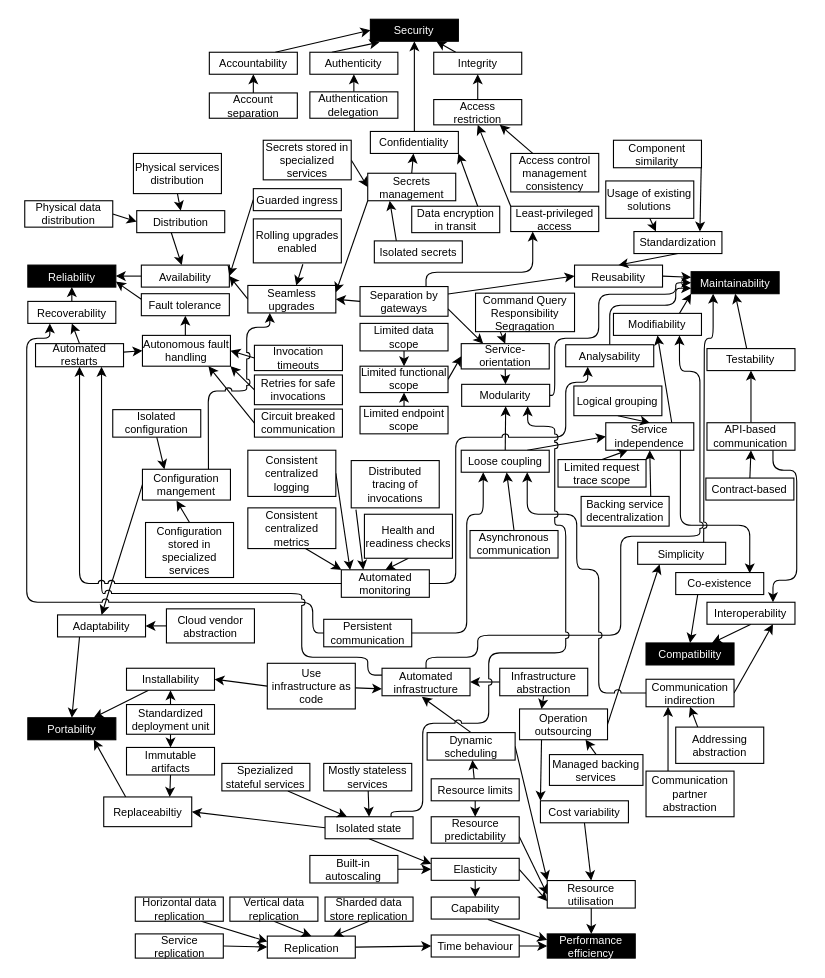
Earlier version of the draw.io diagram E4_final_quality_model_starform.drawio (r0light/cna-quality-model). Source tidied: cells renumbered, new cells numbered last; positions are measured from the earlier drawing's top-left corner, leaving out a move shared by most shapes. Both pictures are drawn from the tidied source at 110%, with x=0, y=0 at pixel (24, 19).
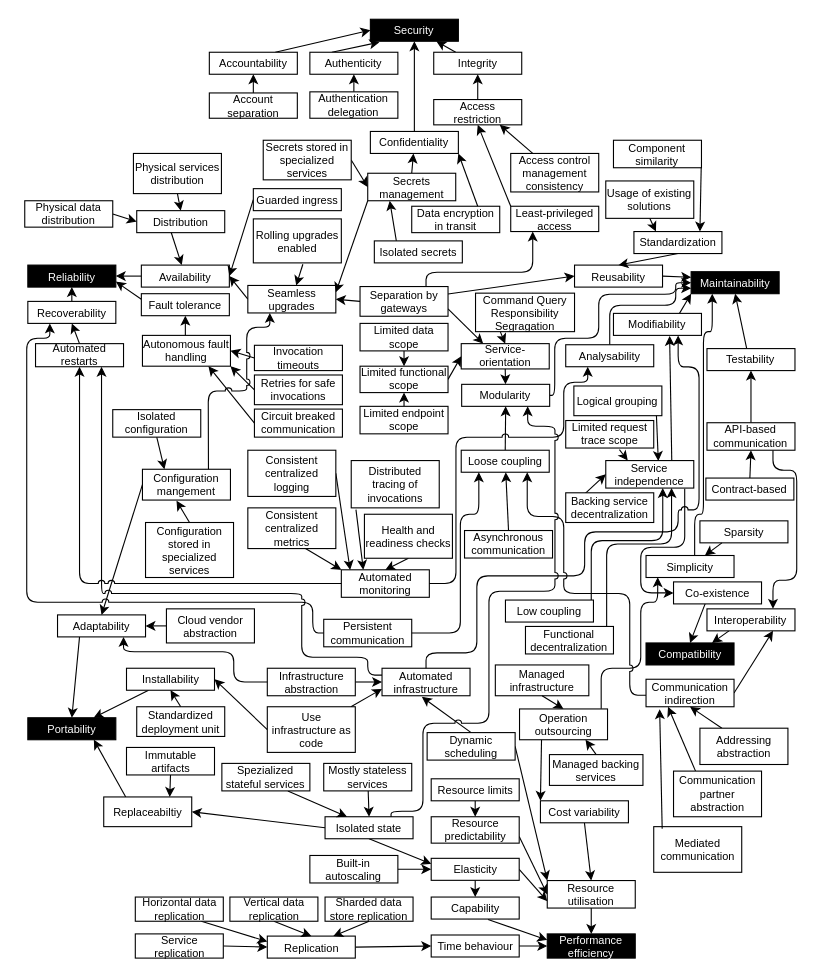
Above is the later version.

The change refers to these unchanged cells:
```xml
<mxCell id="2" value="Maintainability" style="rounded=0;whiteSpace=wrap;html=1;fontSize=10;fillColor=#000000;fontColor=#FFFFFF;" parent="1" vertex="1">
  <mxGeometry x="605.8" y="229.5" width="80" height="20" as="geometry" />
</mxCell>
<mxCell id="5" value="Compatibility" style="rounded=0;whiteSpace=wrap;html=1;fontSize=10;fontColor=#FFFFFF;fillColor=#000000;" parent="1" vertex="1">
  <mxGeometry x="564.8" y="567" width="80" height="20" as="geometry" />
</mxCell>
<mxCell id="12" value="Modularity" style="rounded=0;whiteSpace=wrap;html=1;fontSize=10;" parent="1" vertex="1">
  <mxGeometry x="397.2" y="331.9" width="80" height="20" as="geometry" />
</mxCell>
<mxCell id="16" value="Analysability" style="rounded=0;whiteSpace=wrap;html=1;fontSize=10;" parent="1" vertex="1">
  <mxGeometry x="491.8" y="295.9" width="80" height="20" as="geometry" />
</mxCell>
<mxCell id="22" value="Modifiability" style="rounded=0;whiteSpace=wrap;html=1;fontSize=10;" parent="1" vertex="1">
  <mxGeometry x="535.2" y="267.4" width="80" height="20" as="geometry" />
</mxCell>
<mxCell id="24" value="Adaptability" style="rounded=0;whiteSpace=wrap;html=1;fontSize=10;" parent="1" vertex="1">
  <mxGeometry x="29.8" y="541.5" width="80" height="20" as="geometry" />
</mxCell>
<mxCell id="43" value="Isolated state" style="rounded=0;whiteSpace=wrap;html=1;fontSize=10;" parent="1" vertex="1">
  <mxGeometry x="273" y="725" width="80" height="20" as="geometry" />
</mxCell>
<mxCell id="46" value="Loose coupling" style="rounded=0;whiteSpace=wrap;html=1;fontSize=10;" parent="1" vertex="1">
  <mxGeometry x="396.8" y="391.8" width="80" height="20" as="geometry" />
</mxCell>
<mxCell id="54" value="Automated monitoring" style="rounded=0;whiteSpace=wrap;html=1;fontSize=10;" parent="1" vertex="1">
  <mxGeometry x="287.8" y="500.5" width="80" height="25" as="geometry" />
</mxCell>
<mxCell id="55" value="Automated infrastructure" style="rounded=0;whiteSpace=wrap;html=1;fontSize=10;" parent="1" vertex="1">
  <mxGeometry x="324.8" y="590" width="80" height="25" as="geometry" />
</mxCell>
<mxCell id="75" value="Immutable artifacts" style="rounded=0;whiteSpace=wrap;html=1;fontSize=10;" parent="1" vertex="1">
  <mxGeometry x="92.5" y="662" width="80" height="25" as="geometry" />
</mxCell>
<mxCell id="81" value="Autonomous fault handling" style="rounded=0;whiteSpace=wrap;html=1;fontSize=10;" parent="1" vertex="1">
  <mxGeometry x="107" y="287.4" width="80" height="28" as="geometry" />
</mxCell>
<mxCell id="84" value="Automated restarts" style="rounded=0;whiteSpace=wrap;html=1;fontSize=10;" parent="1" vertex="1">
  <mxGeometry x="9.8" y="294.9" width="80" height="21" as="geometry" />
</mxCell>
<mxCell id="89" value="Communication indirection" style="rounded=0;whiteSpace=wrap;html=1;fontSize=10;" parent="1" vertex="1">
  <mxGeometry x="564.8" y="600" width="80" height="25" as="geometry" />
</mxCell>
<mxCell id="106" value="Operation outsourcing" style="rounded=0;whiteSpace=wrap;html=1;fontSize=10;" parent="1" vertex="1">
  <mxGeometry x="449.8" y="627" width="80" height="28" as="geometry" />
</mxCell>
<mxCell id="135" value="Dynamic scheduling" style="rounded=0;whiteSpace=wrap;html=1;fontSize=10;" parent="1" vertex="1">
  <mxGeometry x="365.8" y="648.5" width="80" height="25" as="geometry" />
</mxCell>
<mxCell id="137" value="Logical grouping" style="rounded=0;whiteSpace=wrap;html=1;fontSize=10;" parent="1" vertex="1">
  <mxGeometry x="499.2" y="333.4" width="80" height="27" as="geometry" />
</mxCell>
<mxCell id="148" value="Resource limits" style="rounded=0;whiteSpace=wrap;html=1;fontSize=10;" parent="1" vertex="1">
  <mxGeometry x="369.5" y="690.5" width="80" height="20" as="geometry" />
</mxCell>
<mxCell id="178" value="Persistent communication" style="rounded=0;whiteSpace=wrap;html=1;fontSize=10;" parent="1" vertex="1">
  <mxGeometry x="271.8" y="545.5" width="80" height="25" as="geometry" />
</mxCell>
```

Change to the diagram source:
```diff
@@
-    <mxCell id="35" style="edgeStyle=none;rounded=0;jettySize=auto;html=1;exitX=0.25;exitY=1;exitDx=0;exitDy=0;entryX=0.5;entryY=0;entryDx=0;entryDy=0;" parent="1" edge="1" source="36" target="5">
+    <mxCell id="35" style="edgeStyle=none;rounded=0;jettySize=auto;html=1;exitX=0.36;exitY=0.986;exitDx=0;exitDy=0;entryX=0.5;entryY=0;entryDx=0;entryDy=0;exitPerimeter=0;" parent="1" edge="1" source="36" target="5">
       <mxGeometry relative="1" as="geometry" />
     </mxCell>
     <mxCell id="36" value="Co-existence" style="rounded=0;whiteSpace=wrap;html=1;fontSize=10;" parent="1" vertex="1">
-      <mxGeometry x="591.8" y="503" width="80" height="20" as="geometry" />
+      <mxGeometry x="589.8" y="511.5" width="80" height="20" as="geometry" />
     </mxCell>
-    <mxCell id="37" style="edgeStyle=none;rounded=0;jettySize=auto;html=1;exitX=0.5;exitY=1;exitDx=0;exitDy=0;entryX=0.75;entryY=0;entryDx=0;entryDy=0;" parent="1" edge="1" source="38" target="5">
+    <mxCell id="37" style="edgeStyle=none;rounded=0;jettySize=auto;html=1;exitX=0.25;exitY=1;exitDx=0;exitDy=0;entryX=0.75;entryY=0;entryDx=0;entryDy=0;" parent="1" edge="1" source="38" target="5">
       <mxGeometry relative="1" as="geometry" />
     </mxCell>
     <mxCell id="38" value="Interoperability" style="rounded=0;whiteSpace=wrap;html=1;fontSize=10;" parent="1" vertex="1">
-      <mxGeometry x="620.2" y="530" width="80" height="20" as="geometry" />
+      <mxGeometry x="620.2" y="536" width="80" height="20" as="geometry" />
     </mxCell>
@@
-    <mxCell id="45" style="rounded=1;jettySize=auto;html=1;exitX=0.75;exitY=0;exitDx=0;exitDy=0;entryX=0;entryY=0.5;entryDx=0;entryDy=0;" parent="1" edge="1" source="46" target="58">
-      <mxGeometry relative="1" as="geometry" />
-    </mxCell>
@@
-    <mxCell id="56" style="edgeStyle=none;rounded=0;jettySize=auto;html=1;exitX=0.75;exitY=0;exitDx=0;exitDy=0;entryX=0.5;entryY=1;entryDx=0;entryDy=0;" parent="1" edge="1" source="58" target="22">
+    <mxCell id="56" style="edgeStyle=none;rounded=0;jettySize=auto;html=1;exitX=0.75;exitY=0;exitDx=0;exitDy=0;entryX=0.638;entryY=1.023;entryDx=0;entryDy=0;entryPerimeter=0;" parent="1" edge="1" source="58" target="22">
       <mxGeometry relative="1" as="geometry" />
     </mxCell>
-    <mxCell id="57" style="edgeStyle=orthogonalEdgeStyle;rounded=1;jettySize=auto;html=1;exitX=0.848;exitY=0.974;exitDx=0;exitDy=0;entryX=0.841;entryY=0.036;entryDx=0;entryDy=0;exitPerimeter=0;entryPerimeter=0;" parent="1" edge="1" source="58" target="36">
+    <mxCell id="57" style="edgeStyle=orthogonalEdgeStyle;rounded=1;jettySize=auto;html=1;exitX=0.897;exitY=1.027;exitDx=0;exitDy=0;entryX=0;entryY=0.5;entryDx=0;entryDy=0;exitPerimeter=0;" parent="1" edge="1" source="58" target="36">
       <mxGeometry relative="1" as="geometry">
         <Array as="points">
-          <mxPoint x="595.8" y="460" />
-          <mxPoint x="658.8" y="460" />
-          <mxPoint x="658.8" y="504" />
+          <mxPoint x="600" y="480" />
+          <mxPoint x="560" y="480" />
+          <mxPoint x="560" y="522" />
         </Array>
       </mxGeometry>
     </mxCell>
     <mxCell id="58" value="Service independence" style="rounded=0;whiteSpace=wrap;html=1;fontSize=10;" parent="1" vertex="1">
-      <mxGeometry x="528.2" y="366.8" width="80" height="25" as="geometry" />
+      <mxGeometry x="528.2" y="401.2" width="80" height="25" as="geometry" />
     </mxCell>
@@
-    <mxCell id="66" style="edgeStyle=none;rounded=0;jettySize=auto;html=1;exitX=0.5;exitY=1;exitDx=0;exitDy=0;entryX=0.25;entryY=0;entryDx=0;entryDy=0;" parent="1" edge="1" source="68" target="106">
-      <mxGeometry relative="1" as="geometry" />
-    </mxCell>
-    <mxCell id="67" style="edgeStyle=none;rounded=0;jettySize=auto;html=1;exitX=0;exitY=0.5;exitDx=0;exitDy=0;entryX=1;entryY=0.5;entryDx=0;entryDy=0;" parent="1" edge="1" source="68" target="55">
+    <mxCell id="67" style="edgeStyle=none;rounded=0;jettySize=auto;html=1;exitX=1;exitY=0.5;exitDx=0;exitDy=0;entryX=0;entryY=0.5;entryDx=0;entryDy=0;" parent="1" edge="1" source="68" target="55">
       <mxGeometry relative="1" as="geometry" />
     </mxCell>
     <mxCell id="68" value="Infrastructure abstraction" style="rounded=0;whiteSpace=wrap;html=1;fontSize=10;" parent="1" vertex="1">
-      <mxGeometry x="431.8" y="590" width="80" height="25" as="geometry" />
+      <mxGeometry x="220.5" y="590" width="80" height="25" as="geometry" />
     </mxCell>
@@
-    <mxCell id="72" style="edgeStyle=none;rounded=0;jettySize=auto;html=1;exitX=0.5;exitY=1;exitDx=0;exitDy=0;entryX=0.5;entryY=0;entryDx=0;entryDy=0;" parent="1" edge="1" source="73" target="75">
-      <mxGeometry relative="1" as="geometry" />
-    </mxCell>
     <mxCell id="73" value="Standardized deployment unit" style="rounded=0;whiteSpace=wrap;html=1;fontSize=10;" parent="1" vertex="1">
-      <mxGeometry x="92.5" y="623" width="80" height="27" as="geometry" />
+      <mxGeometry x="101.8" y="625" width="80" height="27" as="geometry" />
     </mxCell>
@@
-    <mxCell id="82" style="edgeStyle=none;rounded=0;jettySize=auto;html=1;entryX=0;entryY=0.5;entryDx=0;entryDy=0;" parent="1" edge="1" source="84" target="81">
-      <mxGeometry relative="1" as="geometry" />
-    </mxCell>
@@
     <mxCell id="103" value="Simplicity" style="rounded=0;whiteSpace=wrap;html=1;fontSize=10;" parent="1" vertex="1">
-      <mxGeometry x="557.2" y="475.5" width="80" height="20" as="geometry" />
+      <mxGeometry x="564.8" y="487.5" width="80" height="20" as="geometry" />
     </mxCell>
@@
-    <mxCell id="105" style="edgeStyle=none;rounded=0;jettySize=auto;html=1;exitX=1;exitY=0.5;exitDx=0;exitDy=0;entryX=0.25;entryY=1;entryDx=0;entryDy=0;" parent="1" edge="1" source="106" target="103">
-      <mxGeometry relative="1" as="geometry" />
+    <mxCell id="105" style="edgeStyle=orthogonalEdgeStyle;jettySize=auto;html=1;exitX=0.928;exitY=-0.01;exitDx=0;exitDy=0;entryX=0.133;entryY=0.989;entryDx=0;entryDy=0;rounded=1;exitPerimeter=0;entryPerimeter=0;" parent="1" edge="1" source="106" target="103">
+      <mxGeometry relative="1" as="geometry">
+        <Array as="points">
+          <mxPoint x="524" y="590" />
+          <mxPoint x="560" y="590" />
+          <mxPoint x="560" y="530" />
+          <mxPoint x="575" y="530" />
+          <mxPoint x="575" y="507" />
+        </Array>
+      </mxGeometry>
     </mxCell>
@@
     <mxCell id="121" value="Asynchronous communication" style="rounded=0;whiteSpace=wrap;html=1;fontSize=10;" parent="1" vertex="1">
-      <mxGeometry x="404.8" y="464.8" width="80" height="25" as="geometry" />
+      <mxGeometry x="399.8" y="464.8" width="80" height="25" as="geometry" />
     </mxCell>
@@
     <mxCell id="132" value="Use infrastructure as code" style="rounded=0;whiteSpace=wrap;html=1;fontSize=10;" parent="1" vertex="1">
-      <mxGeometry x="220.5" y="585.5" width="80" height="41.5" as="geometry" />
+      <mxGeometry x="220.5" y="625" width="80" height="41.5" as="geometry" />
     </mxCell>
@@
-    <mxCell id="136" style="edgeStyle=none;rounded=0;jettySize=auto;html=1;exitX=0.5;exitY=1;exitDx=0;exitDy=0;entryX=0.5;entryY=0;entryDx=0;entryDy=0;" parent="1" edge="1" source="137" target="58">
+    <mxCell id="136" style="edgeStyle=none;rounded=0;jettySize=auto;html=1;exitX=0.938;exitY=0.98;exitDx=0;exitDy=0;entryX=0.597;entryY=0.013;entryDx=0;entryDy=0;exitPerimeter=0;entryPerimeter=0;" parent="1" edge="1" source="137" target="58">
       <mxGeometry relative="1" as="geometry" />
     </mxCell>
@@
-    <mxCell id="138" style="edgeStyle=none;rounded=0;jettySize=auto;html=1;exitX=0.791;exitY=0.009;exitDx=0;exitDy=0;entryX=0.5;entryY=1;entryDx=0;entryDy=0;exitPerimeter=0;" parent="1" edge="1" source="139" target="58">
+    <mxCell id="138" style="edgeStyle=none;rounded=0;jettySize=auto;html=1;exitX=0.21;exitY=0.05;exitDx=0;exitDy=0;entryX=0;entryY=0.5;entryDx=0;entryDy=0;exitPerimeter=0;" parent="1" edge="1" source="139" target="58">
       <mxGeometry relative="1" as="geometry" />
     </mxCell>
     <mxCell id="139" value="Backing service decentralization" style="rounded=0;whiteSpace=wrap;html=1;fontSize=10;" parent="1" vertex="1">
-      <mxGeometry x="505.8" y="433.8" width="80" height="27" as="geometry" />
+      <mxGeometry x="491.8" y="430.5" width="80" height="27" as="geometry" />
     </mxCell>
@@
-    <mxCell id="147" style="edgeStyle=none;rounded=0;jettySize=auto;html=1;" parent="1" edge="1" source="148" target="135">
-      <mxGeometry relative="1" as="geometry" />
-    </mxCell>
@@
     <mxCell id="171" value="Addressing abstraction" style="rounded=0;whiteSpace=wrap;html=1;fontSize=10;" parent="1" vertex="1">
-      <mxGeometry x="591.8" y="643.5" width="80" height="33" as="geometry" />
+      <mxGeometry x="613.8" y="644.5" width="80" height="33" as="geometry" />
     </mxCell>
@@
     <mxCell id="173" value="Communication partner abstraction" style="rounded=0;whiteSpace=wrap;html=1;fontSize=10;" parent="1" vertex="1">
-      <mxGeometry x="564.8" y="683.5" width="80" height="41.5" as="geometry" />
+      <mxGeometry x="589.8" y="683.5" width="80" height="41.5" as="geometry" />
     </mxCell>
@@
-    <mxCell id="179" style="edgeStyle=none;rounded=0;jettySize=auto;html=1;exitX=0.5;exitY=0;exitDx=0;exitDy=0;entryX=0.25;entryY=1;entryDx=0;entryDy=0;" parent="1" edge="1" source="203" target="58">
+    <mxCell id="179" style="edgeStyle=none;rounded=0;jettySize=auto;html=1;exitX=0.61;exitY=1.061;exitDx=0;exitDy=0;entryX=0.25;entryY=0;entryDx=0;entryDy=0;exitPerimeter=0;" parent="1" edge="1" source="203" target="58">
       <mxGeometry relative="1" as="geometry" />
     </mxCell>
@@
     <mxCell id="203" value="Limited request trace scope" style="rounded=0;whiteSpace=wrap;html=1;fontSize=10;" parent="1" vertex="1">
-      <mxGeometry x="484.8" y="400.3" width="80" height="25" as="geometry" />
+      <mxGeometry x="491.8" y="364.8" width="80" height="25" as="geometry" />
     </mxCell>
@@
     <mxCell id="209" style="rounded=1;jettySize=auto;html=1;entryX=0.25;entryY=1;entryDx=0;entryDy=0;edgeStyle=orthogonalEdgeStyle;jumpStyle=arc;exitX=1;exitY=0.5;exitDx=0;exitDy=0;" parent="1" edge="1" source="54" target="16">
       <mxGeometry relative="1" as="geometry">
         <Array as="points">
-          <mxPoint x="391.8" y="513" />
-          <mxPoint x="391.8" y="380" />
-          <mxPoint x="491.8" y="380" />
-          <mxPoint x="491.8" y="330" />
-          <mxPoint x="511.8" y="330" />
+          <mxPoint x="392" y="513" />
+          <mxPoint x="392" y="380" />
+          <mxPoint x="490" y="380" />
+          <mxPoint x="490" y="330" />
+          <mxPoint x="512" y="330" />
         </Array>
       </mxGeometry>
     </mxCell>
-    <mxCell id="210" style="rounded=1;jettySize=auto;html=1;exitX=0.5;exitY=0;exitDx=0;exitDy=0;edgeStyle=orthogonalEdgeStyle;jumpStyle=arc;entryX=0.75;entryY=1;entryDx=0;entryDy=0;" parent="1" edge="1" source="55" target="22">
+    <mxCell id="210" style="rounded=1;jettySize=auto;html=1;edgeStyle=orthogonalEdgeStyle;jumpStyle=arc;" parent="1" edge="1" source="55" target="22">
       <mxGeometry relative="1" as="geometry">
         <Array as="points">
-          <mxPoint x="364.8" y="580" />
-          <mxPoint x="411.8" y="580" />
-          <mxPoint x="411.8" y="560" />
-          <mxPoint x="541.8" y="560" />
-          <mxPoint x="541.8" y="470" />
-          <mxPoint x="613.8" y="470" />
-          <mxPoint x="613.8" y="320" />
-          <mxPoint x="595.8" y="320" />
+          <mxPoint x="365" y="576" />
+          <mxPoint x="411" y="576" />
+          <mxPoint x="411" y="506" />
+          <mxPoint x="509" y="506" />
+          <mxPoint x="509" y="466" />
+          <mxPoint x="594" y="466" />
+          <mxPoint x="594" y="446" />
+          <mxPoint x="613" y="446" />
+          <mxPoint x="613" y="316" />
+          <mxPoint x="594" y="316" />
         </Array>
       </mxGeometry>
     </mxCell>
-    <mxCell id="211" style="edgeStyle=orthogonalEdgeStyle;rounded=1;jettySize=auto;html=1;exitX=0;exitY=0.5;exitDx=0;exitDy=0;entryX=0.75;entryY=1;entryDx=0;entryDy=0;jumpStyle=arc;" parent="1" edge="1" source="89" target="46">
+    <mxCell id="211" style="edgeStyle=orthogonalEdgeStyle;rounded=1;jettySize=auto;html=1;entryX=0.75;entryY=1;entryDx=0;entryDy=0;jumpStyle=arc;exitX=0;exitY=0.5;exitDx=0;exitDy=0;" parent="1" edge="1" target="46">
       <mxGeometry relative="1" as="geometry">
+        <mxPoint x="564.8" y="614.5" as="sourcePoint" />
         <Array as="points">
-          <mxPoint x="521.8" y="613" />
-          <mxPoint x="521.8" y="500" />
-          <mxPoint x="501.8" y="500" />
-          <mxPoint x="501.8" y="450" />
-          <mxPoint x="456.8" y="450" />
+          <mxPoint x="550" y="614" />
+          <mxPoint x="550" y="522" />
+          <mxPoint x="490" y="522" />
+          <mxPoint x="490" y="452" />
+          <mxPoint x="457" y="452" />
         </Array>
       </mxGeometry>
     </mxCell>
-    <mxCell id="212" style="edgeStyle=orthogonalEdgeStyle;rounded=1;jettySize=auto;html=1;exitX=0.75;exitY=0;exitDx=0;exitDy=0;entryX=0.25;entryY=1;entryDx=0;entryDy=0;startArrow=none;jumpStyle=arc;" parent="1" edge="1" source="103" target="2">
+    <mxCell id="212" style="edgeStyle=orthogonalEdgeStyle;rounded=1;jettySize=auto;html=1;startArrow=none;jumpStyle=arc;" parent="1" edge="1" source="103" target="2">
       <mxGeometry relative="1" as="geometry">
         <Array as="points">
-          <mxPoint x="617.8" y="450" />
-          <mxPoint x="617.8" y="450" />
-          <mxPoint x="617.8" y="290" />
-          <mxPoint x="625.8" y="290" />
+          <mxPoint x="609" y="450" />
+          <mxPoint x="617" y="450" />
+          <mxPoint x="617" y="284" />
+          <mxPoint x="625" y="284" />
         </Array>
       </mxGeometry>
     </mxCell>
     <mxCell id="213" style="edgeStyle=orthogonalEdgeStyle;rounded=1;jettySize=auto;html=1;exitX=0.75;exitY=0;exitDx=0;exitDy=0;jumpStyle=arc;entryX=0.75;entryY=1;entryDx=0;entryDy=0;" parent="1" edge="1" source="43" target="12">
       <mxGeometry relative="1" as="geometry">
         <Array as="points">
-          <mxPoint x="332.8" y="720" />
-          <mxPoint x="361.8" y="720" />
-          <mxPoint x="361.8" y="640" />
-          <mxPoint x="421.8" y="640" />
-          <mxPoint x="421.8" y="576" />
-          <mxPoint x="491.8" y="576" />
-          <mxPoint x="491.8" y="460" />
-          <mxPoint x="481.8" y="460" />
-          <mxPoint x="481.8" y="370" />
-          <mxPoint x="457.8" y="370" />
+          <mxPoint x="333" y="720" />
+          <mxPoint x="362" y="720" />
+          <mxPoint x="362" y="640" />
+          <mxPoint x="422" y="640" />
+          <mxPoint x="422" y="520" />
+          <mxPoint x="482" y="520" />
+          <mxPoint x="482" y="370" />
+          <mxPoint x="457" y="370" />
         </Array>
       </mxGeometry>
     </mxCell>
@@
-    <mxCell id="215" style="edgeStyle=orthogonalEdgeStyle;rounded=1;jettySize=auto;html=1;exitX=1;exitY=0.5;exitDx=0;exitDy=0;jumpStyle=arc;entryX=0.25;entryY=1;entryDx=0;entryDy=0;" parent="1" edge="1" source="178" target="46">
+    <mxCell id="215" style="edgeStyle=orthogonalEdgeStyle;rounded=1;jettySize=auto;html=1;jumpStyle=arc;entryX=0.25;entryY=1;entryDx=0;entryDy=0;exitX=1;exitY=0.5;exitDx=0;exitDy=0;" parent="1" edge="1" source="178">
       <mxGeometry relative="1" as="geometry">
+        <mxPoint x="412.8" y="411.8" as="targetPoint" />
         <Array as="points">
-          <mxPoint x="401.8" y="558" />
-          <mxPoint x="401.8" y="450" />
-          <mxPoint x="416.8" y="450" />
+          <mxPoint x="396" y="558" />
+          <mxPoint x="396" y="450" />
+          <mxPoint x="413" y="450" />
         </Array>
       </mxGeometry>
     </mxCell>
+    <mxCell id="216" value="Managed infrastructure" style="rounded=0;whiteSpace=wrap;html=1;fontSize=10;" parent="1" vertex="1">
+      <mxGeometry x="427.8" y="587" width="85" height="28" as="geometry" />
+    </mxCell>
+    <mxCell id="217" style="edgeStyle=none;rounded=0;jettySize=auto;html=1;exitX=0.5;exitY=1;exitDx=0;exitDy=0;entryX=0.5;entryY=0;entryDx=0;entryDy=0;" parent="1" edge="1" source="216" target="106">
+      <mxGeometry relative="1" as="geometry" />
+    </mxCell>
+    <mxCell id="218" value="Sparsity" style="rounded=0;whiteSpace=wrap;html=1;fontSize=10;" parent="1" vertex="1">
+      <mxGeometry x="613.8" y="456" width="80" height="20" as="geometry" />
+    </mxCell>
+    <mxCell id="219" style="edgeStyle=none;rounded=0;jettySize=auto;html=1;exitX=0.25;exitY=1;exitDx=0;exitDy=0;" parent="1" edge="1" source="218" target="103">
+      <mxGeometry relative="1" as="geometry" />
+    </mxCell>
+    <mxCell id="220" style="edgeStyle=orthogonalEdgeStyle;rounded=1;jettySize=auto;html=1;exitX=0;exitY=0.5;exitDx=0;exitDy=0;entryX=0.75;entryY=1;entryDx=0;entryDy=0;" parent="1" edge="1" source="68" target="24">
+      <mxGeometry relative="1" as="geometry">
+        <Array as="points">
+          <mxPoint x="190" y="602" />
+          <mxPoint x="190" y="575" />
+          <mxPoint x="90" y="575" />
+        </Array>
+      </mxGeometry>
+    </mxCell>
+    <mxCell id="221" style="edgeStyle=orthogonalEdgeStyle;rounded=1;jettySize=auto;html=1;" parent="1" edge="1" source="222" target="58">
+      <mxGeometry relative="1" as="geometry">
+        <Array as="points">
+          <mxPoint x="515" y="474" />
+          <mxPoint x="580" y="474" />
+        </Array>
+      </mxGeometry>
+    </mxCell>
+    <mxCell id="222" value="Low coupling" style="rounded=0;whiteSpace=wrap;html=1;fontSize=10;" parent="1" vertex="1">
+      <mxGeometry x="437" y="528" width="80" height="20" as="geometry" />
+    </mxCell>
+    <mxCell id="223" value="&lt;div&gt;Functional decentralization&lt;/div&gt;" style="rounded=0;whiteSpace=wrap;html=1;fontSize=10;" parent="1" vertex="1">
+      <mxGeometry x="455.2" y="552" width="80" height="25" as="geometry" />
+    </mxCell>
+    <mxCell id="224" style="edgeStyle=orthogonalEdgeStyle;rounded=1;jettySize=auto;html=1;" parent="1" edge="1" source="223" target="58">
+      <mxGeometry relative="1" as="geometry">
+        <Array as="points">
+          <mxPoint x="529" y="477" />
+          <mxPoint x="588" y="477" />
+        </Array>
+      </mxGeometry>
+    </mxCell>
+    <mxCell id="225" value="Mediated communication" style="rounded=0;whiteSpace=wrap;html=1;fontSize=10;" parent="1" vertex="1">
+      <mxGeometry x="571.8" y="734" width="80" height="41.5" as="geometry" />
+    </mxCell>
+    <mxCell id="226" style="edgeStyle=none;rounded=0;jettySize=auto;html=1;exitX=0.096;exitY=0.045;exitDx=0;exitDy=0;entryX=0.155;entryY=1.091;entryDx=0;entryDy=0;exitPerimeter=0;entryPerimeter=0;" parent="1" edge="1" source="225" target="89">
+      <mxGeometry relative="1" as="geometry" />
+    </mxCell>
```
